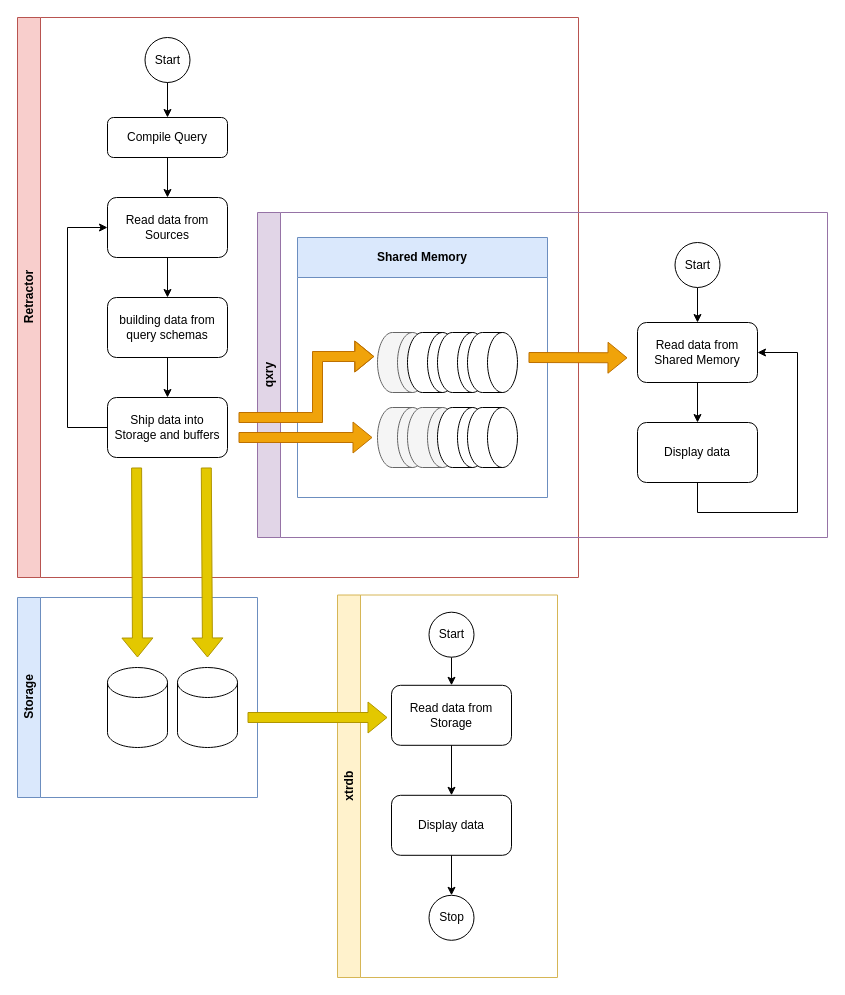
This is src/UML/System-overview.drawio from michalwidera/retractordb, a draw.io file, before an edit. Source tidied: cells renumbered, new cells numbered last; positions are measured from the earlier drawing's top-left corner, leaving out a move shared by most shapes. Both pictures are drawn from the tidied source at 100%, with x=0, y=0 at pixel (17, 17).
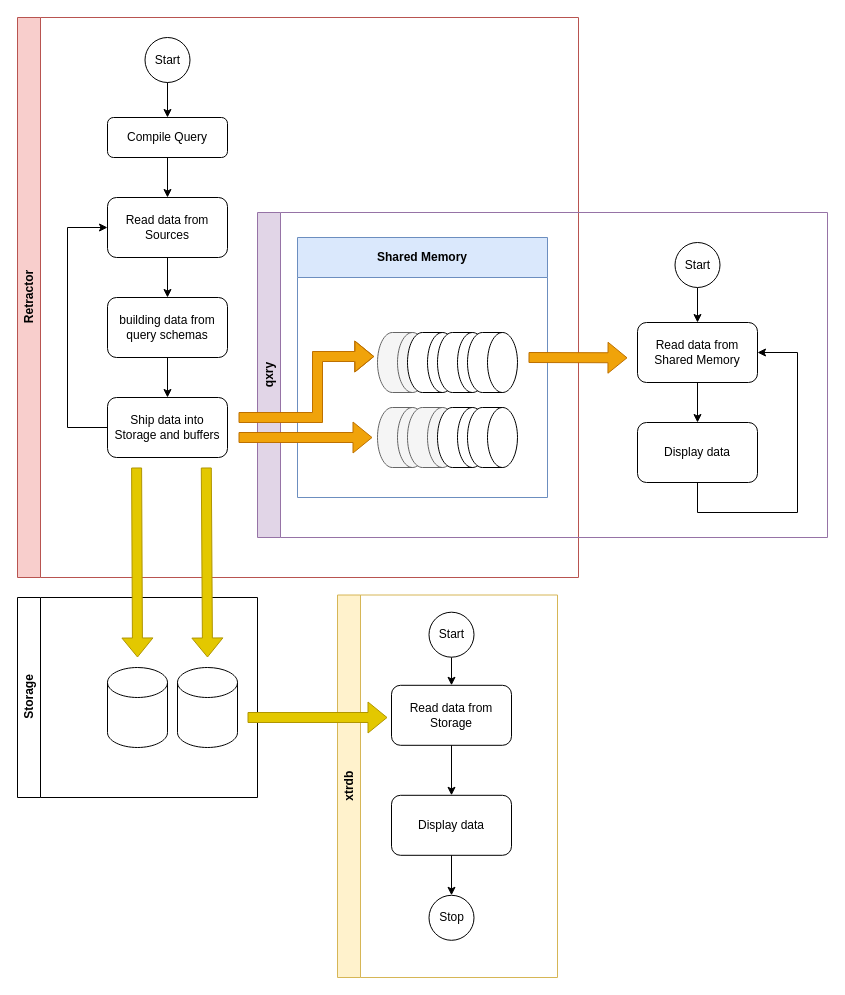
The same diagram, later.

Commit message:
System overview update

What changed in the source:
```diff
@@
-    <mxCell id="2" value="Storage" style="swimlane;horizontal=0;whiteSpace=wrap;html=1;fillColor=#dae8fc;strokeColor=#6c8ebf;" parent="1" vertex="1">
+    <mxCell id="2" value="Storage" style="swimlane;horizontal=0;whiteSpace=wrap;html=1;" parent="1" vertex="1">
       <mxGeometry y="580" width="240" height="200" as="geometry" />
     </mxCell>
```
